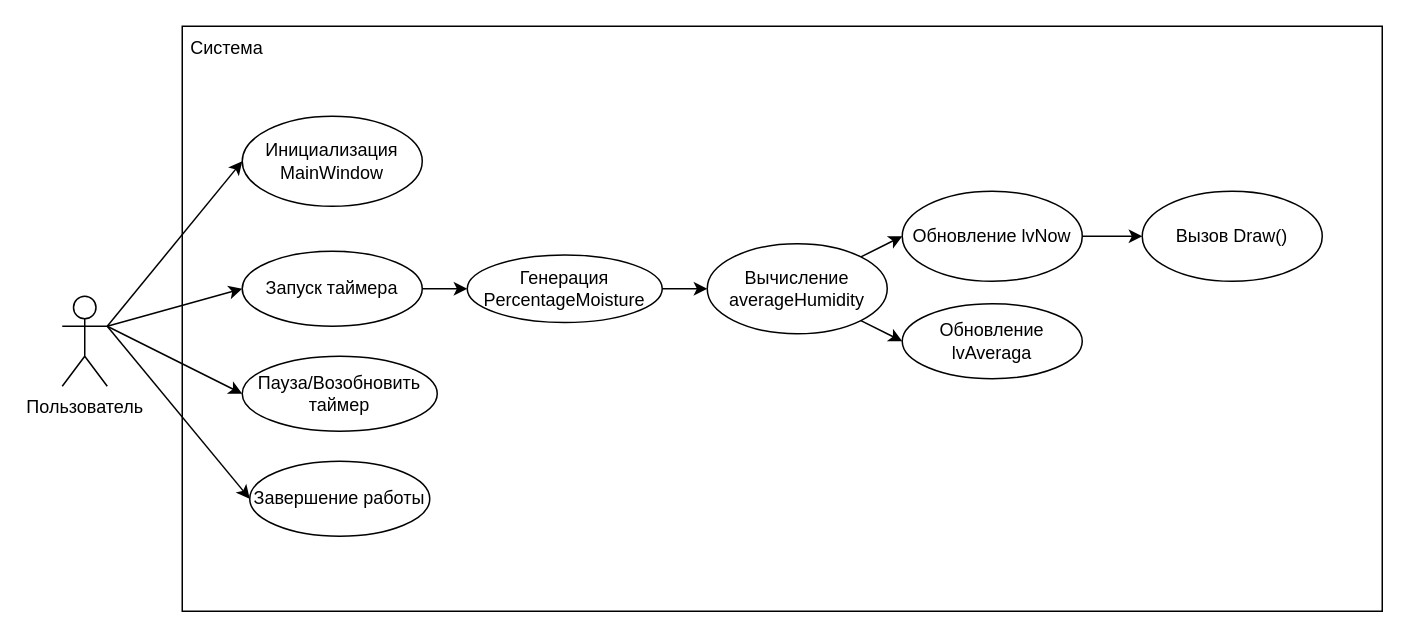
Before: Диаграммы/1 Диаграмма вариантов использования.drawio in JPKakaAG/praktika5v, a draw.io diagram. Source tidied: cells renumbered, new cells numbered last; positions are measured from the earlier drawing's top-left corner, leaving out a move shared by most shapes. Both pictures are drawn from the tidied source at 150%, with x=0, y=0 at pixel (62, 26).
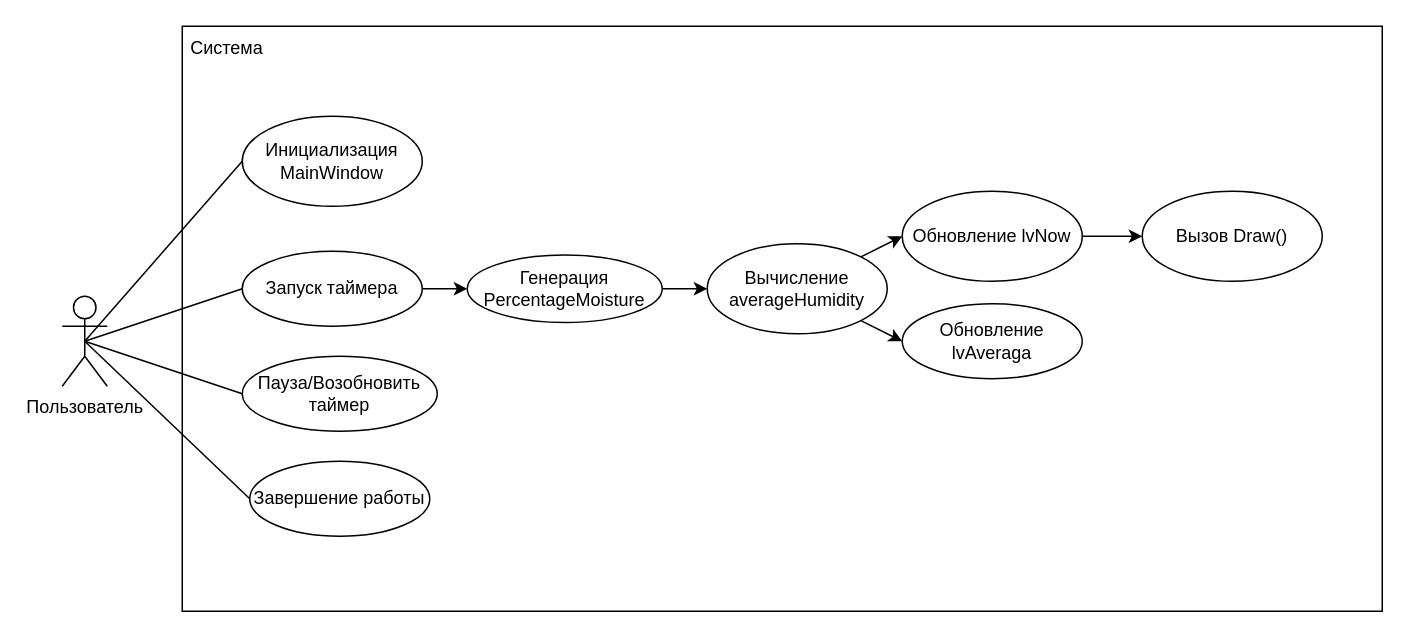
The same page after the edit.

The change refers to these unchanged cells:
```xml
<mxCell id="2" value="Пользователь" style="shape=umlActor;verticalLabelPosition=bottom;verticalAlign=top;html=1;" parent="1" vertex="1">
  <mxGeometry y="180" width="30" height="60" as="geometry" />
</mxCell>
<mxCell id="5" value="Инициализация MainWindow" style="ellipse;whiteSpace=wrap;html=1;" parent="1" vertex="1">
  <mxGeometry x="120" y="60" width="120" height="60" as="geometry" />
</mxCell>
<mxCell id="7" value="Запуск таймера" style="ellipse;whiteSpace=wrap;html=1;" parent="1" vertex="1">
  <mxGeometry x="120" y="150" width="120" height="50" as="geometry" />
</mxCell>
<mxCell id="9" value="Пауза/Возобновить таймер" style="ellipse;whiteSpace=wrap;html=1;" parent="1" vertex="1">
  <mxGeometry x="120" y="220" width="130" height="50" as="geometry" />
</mxCell>
<mxCell id="11" value="Завершение работы" style="ellipse;whiteSpace=wrap;html=1;" parent="1" vertex="1">
  <mxGeometry x="125" y="290" width="120" height="50" as="geometry" />
</mxCell>
```

Diff of the diagram source:
```diff
@@
-    <mxCell id="6" style="endArrow=classic;html=1;rounded=0;entryX=0;entryY=0.5;entryDx=0;entryDy=0;" parent="1" edge="1" target="5">
-      <mxGeometry relative="1" as="geometry">
-        <mxPoint x="30" y="200" as="sourcePoint" />
-      </mxGeometry>
-    </mxCell>
@@
-    <mxCell id="8" style="endArrow=classic;html=1;rounded=0;entryX=0;entryY=0.5;entryDx=0;entryDy=0;" parent="1" edge="1" target="7">
-      <mxGeometry relative="1" as="geometry">
-        <mxPoint x="30" y="200" as="sourcePoint" />
-      </mxGeometry>
-    </mxCell>
@@
-    <mxCell id="10" style="endArrow=classic;html=1;rounded=0;exitX=1;exitY=0.3333333333333333;exitDx=0;exitDy=0;exitPerimeter=0;entryX=0;entryY=0.5;entryDx=0;entryDy=0;" parent="1" edge="1" source="2" target="9">
-      <mxGeometry relative="1" as="geometry" />
-    </mxCell>
@@
-    <mxCell id="12" style="endArrow=classic;html=1;rounded=0;entryX=0;entryY=0.5;entryDx=0;entryDy=0;" parent="1" edge="1" target="11">
-      <mxGeometry relative="1" as="geometry">
-        <mxPoint x="30" y="200" as="sourcePoint" />
-      </mxGeometry>
-    </mxCell>
@@
+    <mxCell id="23" style="endArrow=none;html=1;rounded=0;exitX=0.5;exitY=0.5;exitDx=0;exitDy=0;exitPerimeter=0;entryX=0;entryY=0.5;entryDx=0;entryDy=0;" parent="1" edge="1" source="2" target="11">
+      <mxGeometry relative="1" as="geometry" />
+    </mxCell>
+    <mxCell id="10" style="endArrow=none;html=1;rounded=0;entryX=0;entryY=0.5;entryDx=0;entryDy=0;exitX=0.5;exitY=0.5;exitDx=0;exitDy=0;exitPerimeter=0;" parent="1" edge="1" source="2" target="9">
+      <mxGeometry relative="1" as="geometry" />
+    </mxCell>
+    <mxCell id="24" style="endArrow=none;html=1;rounded=0;entryX=0;entryY=0.5;entryDx=0;entryDy=0;exitX=0.5;exitY=0.5;exitDx=0;exitDy=0;exitPerimeter=0;" parent="1" edge="1" source="2" target="7">
+      <mxGeometry relative="1" as="geometry" />
+    </mxCell>
+    <mxCell id="25" style="endArrow=none;html=1;rounded=0;entryX=0;entryY=0.5;entryDx=0;entryDy=0;exitX=0.5;exitY=0.5;exitDx=0;exitDy=0;exitPerimeter=0;" parent="1" edge="1" source="2" target="5">
+      <mxGeometry relative="1" as="geometry" />
+    </mxCell>
```
